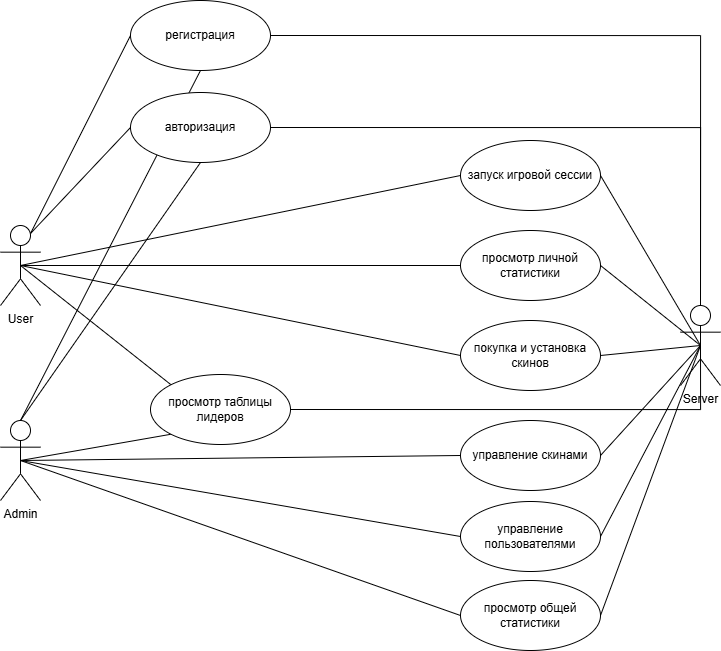
This is UseCase.drawio.png from mandrus-ai/MITP_2026, a draw.io export, as it was before one commit. Source tidied: cells renumbered, new cells last; positions are measured from the earlier drawing's top-left corner, leaving out a move shared by most shapes.
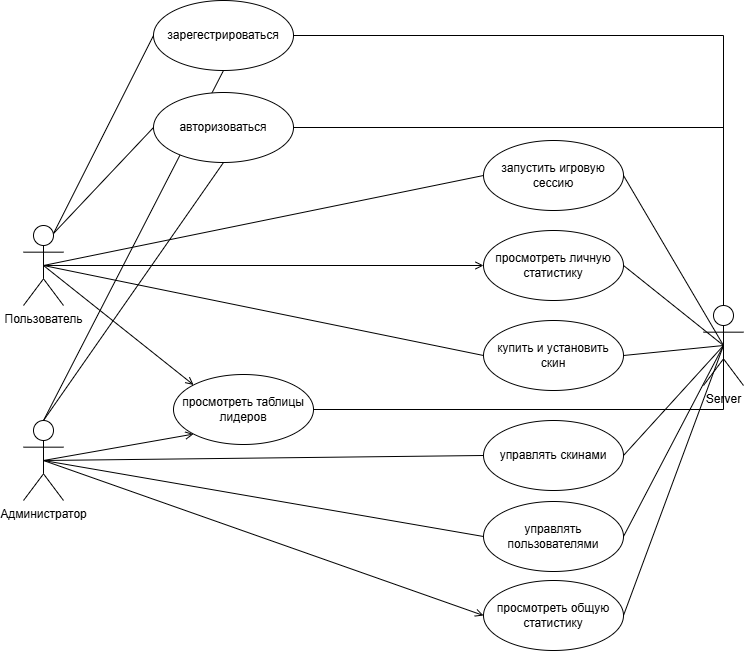
Above is the later version.

Diff of the diagram source:
```diff
@@ -2,7 +2,7 @@
   <root>
     <mxCell id="0" />
     <mxCell id="1" parent="0" />
-    <mxCell id="2" style="edgeStyle=orthogonalEdgeStyle;rounded=0;jettySize=auto;html=1;exitX=0.5;exitY=0.5;exitDx=0;exitDy=0;exitPerimeter=0;entryX=0.5;entryY=0;entryDx=0;entryDy=0;endArrow=none;endFill=0;" parent="1" edge="1" target="x">
+    <mxCell id="2" style="edgeStyle=orthogonalEdgeStyle;rounded=0;orthogonalLoop=1;jettySize=auto;html=1;exitX=0.5;exitY=0.5;exitDx=0;exitDy=0;exitPerimeter=0;entryX=0.5;entryY=0;entryDx=0;entryDy=0;endArrow=none;endFill=0;" parent="1" edge="1">
       <mxGeometry relative="1" as="geometry">
         <mxPoint x="110" y="350" as="sourcePoint" />
         <Array as="points">
@@ -11,7 +11,7 @@
         </Array>
       </mxGeometry>
     </mxCell>
-    <mxCell id="3" style="edgeStyle=orthogonalEdgeStyle;rounded=0;jettySize=auto;html=1;exitX=0.5;exitY=0.5;exitDx=0;exitDy=0;exitPerimeter=0;entryX=0.5;entryY=0;entryDx=0;entryDy=0;endArrow=none;endFill=0;" parent="1" edge="1" target="x">
+    <mxCell id="3" style="edgeStyle=orthogonalEdgeStyle;rounded=0;orthogonalLoop=1;jettySize=auto;html=1;exitX=0.5;exitY=0.5;exitDx=0;exitDy=0;exitPerimeter=0;entryX=0.5;entryY=0;entryDx=0;entryDy=0;endArrow=none;endFill=0;" parent="1" edge="1">
       <mxGeometry relative="1" as="geometry">
         <mxPoint x="110" y="590" as="sourcePoint" />
         <Array as="points">
@@ -24,7 +24,7 @@
     <mxCell id="4" value="Server&lt;div&gt;&lt;br&gt;&lt;/div&gt;" style="shape=umlActor;verticalLabelPosition=bottom;verticalAlign=top;html=1;outlineConnect=0;" parent="1" vertex="1">
       <mxGeometry x="710" y="305" width="40" height="80" as="geometry" />
     </mxCell>
-    <mxCell id="5" style="edgeStyle=orthogonalEdgeStyle;rounded=0;jettySize=auto;html=1;exitX=0;exitY=0.5;exitDx=0;exitDy=0;entryX=0.25;entryY=0.1;entryDx=0;entryDy=0;entryPerimeter=0;dashed=1;" parent="1" edge="1" source="x">
+    <mxCell id="5" style="edgeStyle=orthogonalEdgeStyle;rounded=0;orthogonalLoop=1;jettySize=auto;html=1;exitX=0;exitY=0.5;exitDx=0;exitDy=0;entryX=0.25;entryY=0.1;entryDx=0;entryDy=0;entryPerimeter=0;dashed=1;" parent="1" edge="1">
       <mxGeometry relative="1" as="geometry">
         <mxPoint x="100" y="78" as="targetPoint" />
         <Array as="points">
@@ -33,19 +33,19 @@
         </Array>
       </mxGeometry>
     </mxCell>
-    <mxCell id="6" value="запуск игровой сессии" style="ellipse;whiteSpace=wrap;html=1;" parent="1" vertex="1">
+    <mxCell id="6" value="запустить игровую сессию" style="ellipse;whiteSpace=wrap;html=1;" parent="1" vertex="1">
       <mxGeometry x="490" y="140" width="140" height="70" as="geometry" />
     </mxCell>
     <mxCell id="7" style="edgeStyle=none;shape=connector;rounded=0;jettySize=auto;html=1;exitX=0.5;exitY=0.5;exitDx=0;exitDy=0;exitPerimeter=0;entryX=0;entryY=0.5;entryDx=0;entryDy=0;strokeColor=default;align=center;verticalAlign=middle;fontFamily=Helvetica;fontSize=11;fontColor=default;labelBackgroundColor=default;endArrow=none;" parent="1" edge="1" source="13" target="6">
       <mxGeometry relative="1" as="geometry" />
     </mxCell>
-    <mxCell id="8" style="edgeStyle=none;shape=connector;rounded=0;jettySize=auto;html=1;exitX=0.5;exitY=0.5;exitDx=0;exitDy=0;exitPerimeter=0;entryX=0;entryY=0.5;entryDx=0;entryDy=0;strokeColor=default;align=center;verticalAlign=middle;fontFamily=Helvetica;fontSize=11;fontColor=default;labelBackgroundColor=default;endArrow=none;" parent="1" edge="1" source="13" target="21">
+    <mxCell id="8" style="edgeStyle=none;shape=connector;rounded=0;jettySize=auto;html=1;exitX=0.5;exitY=0.5;exitDx=0;exitDy=0;exitPerimeter=0;entryX=0;entryY=0.5;entryDx=0;entryDy=0;strokeColor=default;align=center;verticalAlign=middle;fontFamily=Helvetica;fontSize=11;fontColor=default;labelBackgroundColor=default;endArrow=open;endFill=0;" parent="1" edge="1" source="13" target="21">
       <mxGeometry relative="1" as="geometry" />
     </mxCell>
     <mxCell id="9" style="edgeStyle=none;shape=connector;rounded=0;jettySize=auto;html=1;exitX=0.5;exitY=0.5;exitDx=0;exitDy=0;exitPerimeter=0;entryX=0;entryY=0.5;entryDx=0;entryDy=0;strokeColor=default;align=center;verticalAlign=middle;fontFamily=Helvetica;fontSize=11;fontColor=default;labelBackgroundColor=default;endArrow=none;" parent="1" edge="1" source="13" target="22">
       <mxGeometry relative="1" as="geometry" />
     </mxCell>
-    <mxCell id="10" style="edgeStyle=none;shape=connector;rounded=0;jettySize=auto;html=1;exitX=0.5;exitY=0.5;exitDx=0;exitDy=0;exitPerimeter=0;entryX=0;entryY=0;entryDx=0;entryDy=0;strokeColor=default;align=center;verticalAlign=middle;fontFamily=Helvetica;fontSize=11;fontColor=default;labelBackgroundColor=default;endArrow=none;" parent="1" edge="1" source="13" target="23">
+    <mxCell id="10" style="edgeStyle=none;shape=connector;rounded=0;jettySize=auto;html=1;exitX=0.5;exitY=0.5;exitDx=0;exitDy=0;exitPerimeter=0;entryX=0;entryY=0;entryDx=0;entryDy=0;strokeColor=default;align=center;verticalAlign=middle;fontFamily=Helvetica;fontSize=11;fontColor=default;labelBackgroundColor=default;endArrow=open;endFill=0;" parent="1" edge="1" source="13" target="23">
       <mxGeometry relative="1" as="geometry" />
     </mxCell>
     <mxCell id="11" style="edgeStyle=none;shape=connector;rounded=0;jettySize=auto;html=1;exitX=0.75;exitY=0.1;exitDx=0;exitDy=0;exitPerimeter=0;entryX=0;entryY=0.5;entryDx=0;entryDy=0;strokeColor=default;align=center;verticalAlign=middle;fontFamily=Helvetica;fontSize=11;fontColor=default;labelBackgroundColor=default;endArrow=none;" parent="1" edge="1" source="13" target="27">
@@ -54,10 +54,10 @@
     <mxCell id="12" style="edgeStyle=none;shape=connector;rounded=0;jettySize=auto;html=1;exitX=0.75;exitY=0.1;exitDx=0;exitDy=0;exitPerimeter=0;entryX=0;entryY=0.5;entryDx=0;entryDy=0;strokeColor=default;align=center;verticalAlign=middle;fontFamily=Helvetica;fontSize=11;fontColor=default;labelBackgroundColor=default;endArrow=none;" parent="1" edge="1" source="13" target="28">
       <mxGeometry relative="1" as="geometry" />
     </mxCell>
-    <mxCell id="13" value="User" style="shape=umlActor;verticalLabelPosition=bottom;verticalAlign=top;html=1;outlineConnect=0;" parent="1" vertex="1">
+    <mxCell id="13" value="Пользователь" style="shape=umlActor;verticalLabelPosition=bottom;verticalAlign=top;html=1;outlineConnect=0;" parent="1" vertex="1">
       <mxGeometry x="30" y="225" width="40" height="80" as="geometry" />
     </mxCell>
-    <mxCell id="14" style="edgeStyle=none;shape=connector;rounded=0;jettySize=auto;html=1;exitX=0.5;exitY=0.5;exitDx=0;exitDy=0;exitPerimeter=0;entryX=0;entryY=1;entryDx=0;entryDy=0;strokeColor=default;align=center;verticalAlign=middle;fontFamily=Helvetica;fontSize=11;fontColor=default;labelBackgroundColor=default;endArrow=none;" parent="1" edge="1" source="20" target="23">
+    <mxCell id="14" style="edgeStyle=none;shape=connector;rounded=0;jettySize=auto;html=1;exitX=0.5;exitY=0.5;exitDx=0;exitDy=0;exitPerimeter=0;entryX=0;entryY=1;entryDx=0;entryDy=0;strokeColor=default;align=center;verticalAlign=middle;fontFamily=Helvetica;fontSize=11;fontColor=default;labelBackgroundColor=default;endArrow=open;endFill=0;" parent="1" edge="1" source="20" target="23">
       <mxGeometry relative="1" as="geometry" />
     </mxCell>
     <mxCell id="15" style="edgeStyle=none;shape=connector;rounded=0;jettySize=auto;html=1;exitX=0.5;exitY=0.5;exitDx=0;exitDy=0;exitPerimeter=0;entryX=0;entryY=0.5;entryDx=0;entryDy=0;strokeColor=default;align=center;verticalAlign=middle;fontFamily=Helvetica;fontSize=11;fontColor=default;labelBackgroundColor=default;endArrow=none;" parent="1" edge="1" source="20" target="24">
@@ -66,7 +66,7 @@
     <mxCell id="16" style="edgeStyle=none;shape=connector;rounded=0;jettySize=auto;html=1;exitX=0.5;exitY=0.5;exitDx=0;exitDy=0;exitPerimeter=0;entryX=0;entryY=0.5;entryDx=0;entryDy=0;strokeColor=default;align=center;verticalAlign=middle;fontFamily=Helvetica;fontSize=11;fontColor=default;labelBackgroundColor=default;endArrow=none;" parent="1" edge="1" source="20" target="25">
       <mxGeometry relative="1" as="geometry" />
     </mxCell>
-    <mxCell id="17" style="edgeStyle=none;shape=connector;rounded=0;jettySize=auto;html=1;exitX=0.5;exitY=0.5;exitDx=0;exitDy=0;exitPerimeter=0;entryX=0;entryY=0.5;entryDx=0;entryDy=0;strokeColor=default;align=center;verticalAlign=middle;fontFamily=Helvetica;fontSize=11;fontColor=default;labelBackgroundColor=default;endArrow=none;" parent="1" edge="1" source="20" target="26">
+    <mxCell id="17" style="edgeStyle=none;shape=connector;rounded=0;jettySize=auto;html=1;exitX=0.5;exitY=0.5;exitDx=0;exitDy=0;exitPerimeter=0;entryX=0;entryY=0.5;entryDx=0;entryDy=0;strokeColor=default;align=center;verticalAlign=middle;fontFamily=Helvetica;fontSize=11;fontColor=default;labelBackgroundColor=default;endArrow=open;endFill=0;" parent="1" edge="1" source="20" target="26">
       <mxGeometry relative="1" as="geometry" />
     </mxCell>
     <mxCell id="18" style="edgeStyle=none;shape=connector;rounded=0;jettySize=auto;html=1;exitX=0.5;exitY=0;exitDx=0;exitDy=0;exitPerimeter=0;entryX=0.5;entryY=1;entryDx=0;entryDy=0;strokeColor=default;align=center;verticalAlign=middle;fontFamily=Helvetica;fontSize=11;fontColor=default;labelBackgroundColor=default;endArrow=none;" parent="1" edge="1" source="20" target="28">
@@ -75,31 +75,31 @@
     <mxCell id="19" style="edgeStyle=none;shape=connector;rounded=0;jettySize=auto;html=1;exitX=0.5;exitY=0;exitDx=0;exitDy=0;exitPerimeter=0;entryX=0.5;entryY=1;entryDx=0;entryDy=0;strokeColor=default;align=center;verticalAlign=middle;fontFamily=Helvetica;fontSize=11;fontColor=default;labelBackgroundColor=default;endArrow=none;" parent="1" edge="1" source="20" target="27">
       <mxGeometry relative="1" as="geometry" />
     </mxCell>
-    <mxCell id="20" value="Admin" style="shape=umlActor;verticalLabelPosition=bottom;verticalAlign=top;html=1;outlineConnect=0;" parent="1" vertex="1">
+    <mxCell id="20" value="Администратор" style="shape=umlActor;verticalLabelPosition=bottom;verticalAlign=top;html=1;outlineConnect=0;" parent="1" vertex="1">
       <mxGeometry x="30" y="420" width="40" height="80" as="geometry" />
     </mxCell>
-    <mxCell id="21" value="просмотр личной статистики" style="ellipse;whiteSpace=wrap;html=1;" parent="1" vertex="1">
+    <mxCell id="21" value="просмотреть личную статистику" style="ellipse;whiteSpace=wrap;html=1;" parent="1" vertex="1">
       <mxGeometry x="490" y="230" width="140" height="70" as="geometry" />
     </mxCell>
-    <mxCell id="22" value="покупка и установка скинов" style="ellipse;whiteSpace=wrap;html=1;" parent="1" vertex="1">
+    <mxCell id="22" value="купить и установить скин" style="ellipse;whiteSpace=wrap;html=1;" parent="1" vertex="1">
       <mxGeometry x="490" y="320" width="140" height="70" as="geometry" />
     </mxCell>
-    <mxCell id="23" value="просмотр таблицы лидеров" style="ellipse;whiteSpace=wrap;html=1;" parent="1" vertex="1">
+    <mxCell id="23" value="просмотреть таблицы лидеров" style="ellipse;whiteSpace=wrap;html=1;" parent="1" vertex="1">
       <mxGeometry x="180" y="374" width="140" height="70" as="geometry" />
     </mxCell>
-    <mxCell id="24" value="управление скинами" style="ellipse;whiteSpace=wrap;html=1;" parent="1" vertex="1">
+    <mxCell id="24" value="управлять скинами" style="ellipse;whiteSpace=wrap;html=1;" parent="1" vertex="1">
       <mxGeometry x="490" y="420" width="140" height="70" as="geometry" />
     </mxCell>
-    <mxCell id="25" value="управление пользователями" style="ellipse;whiteSpace=wrap;html=1;" parent="1" vertex="1">
+    <mxCell id="25" value="управлять пользователями" style="ellipse;whiteSpace=wrap;html=1;" parent="1" vertex="1">
       <mxGeometry x="490" y="501" width="140" height="70" as="geometry" />
     </mxCell>
-    <mxCell id="26" value="просмотр общей статистики" style="ellipse;whiteSpace=wrap;html=1;" parent="1" vertex="1">
+    <mxCell id="26" value="просмотреть общую статистику" style="ellipse;whiteSpace=wrap;html=1;" parent="1" vertex="1">
       <mxGeometry x="490" y="580" width="140" height="70" as="geometry" />
     </mxCell>
-    <mxCell id="27" value="регистрация" style="ellipse;whiteSpace=wrap;html=1;" parent="1" vertex="1">
+    <mxCell id="27" value="зарегестрироваться" style="ellipse;whiteSpace=wrap;html=1;" parent="1" vertex="1">
       <mxGeometry x="160" width="140" height="70" as="geometry" />
     </mxCell>
-    <mxCell id="28" value="авторизация" style="ellipse;whiteSpace=wrap;html=1;" parent="1" vertex="1">
+    <mxCell id="28" value="авторизоваться" style="ellipse;whiteSpace=wrap;html=1;" parent="1" vertex="1">
       <mxGeometry x="160" y="92" width="140" height="70" as="geometry" />
     </mxCell>
     <mxCell id="29" style="edgeStyle=orthogonalEdgeStyle;rounded=0;jettySize=auto;html=1;exitX=1;exitY=0.5;exitDx=0;exitDy=0;entryX=0.5;entryY=0;entryDx=0;entryDy=0;entryPerimeter=0;endArrow=none;endFill=0;" parent="1" edge="1" source="27" target="4">
```
